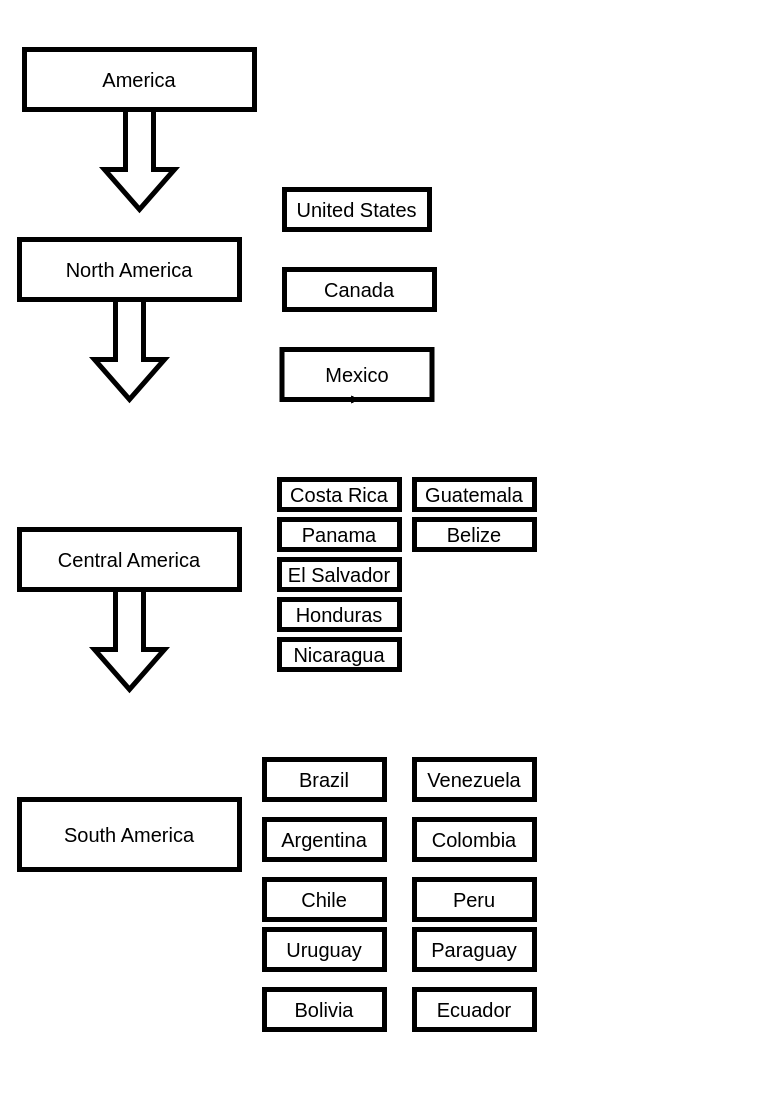
Above: page "Page-2" (2 of 3) of Museums.drawio in kc389/Ao7 (draw.io), before the change. Source tidied: cells renumbered, new cells numbered last; positions are measured from the earlier drawing's top-left corner, leaving out a move shared by most shapes. Both pictures are drawn from the tidied source at 100%, with x=0, y=0 at pixel (19, 49).
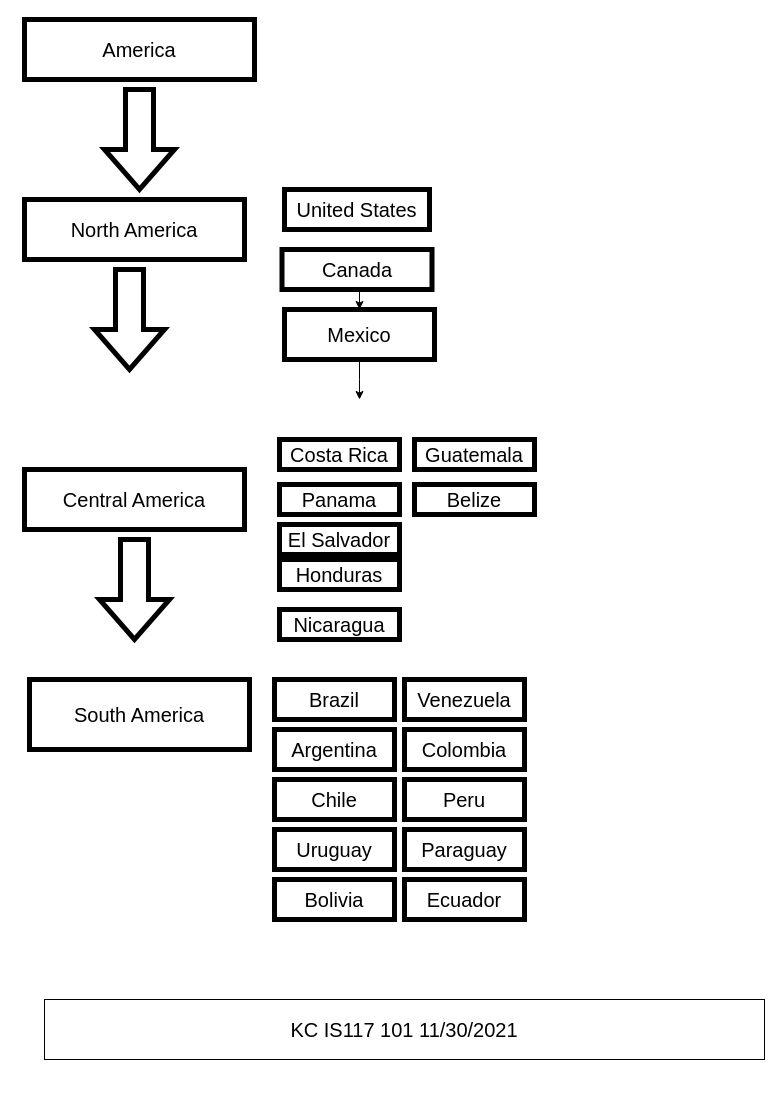
Above is the later version.

The edit, as a diff of the source:
```diff
@@
     <mxCell id="2" value="America" style="rounded=0;whiteSpace=wrap;html=1;fontSize=20;strokeWidth=5;" parent="1" vertex="1">
-      <mxGeometry x="5" width="230" height="60" as="geometry" />
+      <mxGeometry x="5" y="-30" width="230" height="60" as="geometry" />
     </mxCell>
     <mxCell id="3" style="html=1;shadow=0;dashed=0;align=center;verticalAlign=middle;shape=mxgraph.arrows2.arrow;dy=0.6;dx=40;direction=south;notch=0;fontSize=20;strokeWidth=5;" parent="1" vertex="1">
-      <mxGeometry x="85" y="60" width="70" height="100" as="geometry" />
+      <mxGeometry x="85" y="40" width="70" height="100" as="geometry" />
     </mxCell>
     <mxCell id="4" value="North America" style="rounded=0;whiteSpace=wrap;html=1;fontSize=20;strokeWidth=5;" parent="1" vertex="1">
-      <mxGeometry y="190" width="220" height="60" as="geometry" />
+      <mxGeometry x="5" y="150" width="220" height="60" as="geometry" />
     </mxCell>
     <mxCell id="5" style="html=1;shadow=0;dashed=0;align=center;verticalAlign=middle;shape=mxgraph.arrows2.arrow;dy=0.6;dx=40;direction=south;notch=0;fontSize=20;strokeWidth=5;" parent="1" vertex="1">
-      <mxGeometry x="75" y="250" width="70" height="100" as="geometry" />
+      <mxGeometry x="75" y="220" width="70" height="100" as="geometry" />
     </mxCell>
     <mxCell id="6" value="Central America" style="rounded=0;whiteSpace=wrap;html=1;fontSize=20;strokeWidth=5;" parent="1" vertex="1">
-      <mxGeometry y="480" width="220" height="60" as="geometry" />
+      <mxGeometry x="5" y="420" width="220" height="60" as="geometry" />
     </mxCell>
     <mxCell id="7" style="html=1;shadow=0;dashed=0;align=center;verticalAlign=middle;shape=mxgraph.arrows2.arrow;dy=0.6;dx=40;direction=south;notch=0;fontSize=20;strokeWidth=5;" parent="1" vertex="1">
-      <mxGeometry x="75" y="540" width="70" height="100" as="geometry" />
+      <mxGeometry x="80" y="490" width="70" height="100" as="geometry" />
     </mxCell>
     <mxCell id="8" value="South America" style="rounded=0;whiteSpace=wrap;html=1;fontSize=20;strokeWidth=5;" parent="1" vertex="1">
-      <mxGeometry y="750" width="220" height="70" as="geometry" />
+      <mxGeometry x="10" y="630" width="220" height="70" as="geometry" />
     </mxCell>
@@
     <mxCell id="10" value="Canada" style="rounded=0;whiteSpace=wrap;html=1;fontSize=20;strokeWidth=5;" parent="1" vertex="1">
-      <mxGeometry x="265" y="220" width="150" height="40" as="geometry" />
+      <mxGeometry x="262.5" y="200" width="150" height="40" as="geometry" />
     </mxCell>
     <mxCell id="11" value="Mexico" style="rounded=0;whiteSpace=wrap;html=1;fontSize=20;strokeWidth=5;" parent="1" vertex="1">
-      <mxGeometry x="262.5" y="300" width="150" height="50" as="geometry" />
+      <mxGeometry x="265" y="260" width="150" height="50" as="geometry" />
     </mxCell>
@@
     <mxCell id="14" value="Costa Rica" style="rounded=0;whiteSpace=wrap;html=1;fontSize=20;strokeWidth=5;" parent="1" vertex="1">
-      <mxGeometry x="260" y="430" width="120" height="30" as="geometry" />
+      <mxGeometry x="260" y="390" width="120" height="30" as="geometry" />
     </mxCell>
     <mxCell id="15" value="Panama" style="rounded=0;whiteSpace=wrap;html=1;fontSize=20;strokeWidth=5;" parent="1" vertex="1">
-      <mxGeometry x="260" y="470" width="120" height="30" as="geometry" />
+      <mxGeometry x="260" y="435" width="120" height="30" as="geometry" />
     </mxCell>
     <mxCell id="16" value="El Salvador" style="rounded=0;whiteSpace=wrap;html=1;fontSize=20;strokeWidth=5;" parent="1" vertex="1">
-      <mxGeometry x="260" y="510" width="120" height="30" as="geometry" />
+      <mxGeometry x="260" y="475" width="120" height="30" as="geometry" />
     </mxCell>
     <mxCell id="17" value="Honduras" style="rounded=0;whiteSpace=wrap;html=1;fontSize=20;strokeWidth=5;" parent="1" vertex="1">
-      <mxGeometry x="260" y="550" width="120" height="30" as="geometry" />
+      <mxGeometry x="260" y="510" width="120" height="30" as="geometry" />
     </mxCell>
     <mxCell id="18" value="Nicaragua" style="rounded=0;whiteSpace=wrap;html=1;fontSize=20;strokeWidth=5;" parent="1" vertex="1">
-      <mxGeometry x="260" y="590" width="120" height="30" as="geometry" />
+      <mxGeometry x="260" y="560" width="120" height="30" as="geometry" />
     </mxCell>
     <mxCell id="19" value="Guatemala" style="rounded=0;whiteSpace=wrap;html=1;fontSize=20;strokeWidth=5;" parent="1" vertex="1">
-      <mxGeometry x="395" y="430" width="120" height="30" as="geometry" />
+      <mxGeometry x="395" y="390" width="120" height="30" as="geometry" />
     </mxCell>
     <mxCell id="20" value="Belize" style="rounded=0;whiteSpace=wrap;html=1;fontSize=20;strokeWidth=5;" parent="1" vertex="1">
-      <mxGeometry x="395" y="470" width="120" height="30" as="geometry" />
+      <mxGeometry x="395" y="435" width="120" height="30" as="geometry" />
     </mxCell>
     <mxCell id="21" value="Argentina" style="rounded=0;whiteSpace=wrap;html=1;fontSize=20;strokeWidth=5;" parent="1" vertex="1">
-      <mxGeometry x="245" y="770" width="120" height="40" as="geometry" />
+      <mxGeometry x="255" y="680" width="120" height="40" as="geometry" />
     </mxCell>
     <mxCell id="22" value="Brazil" style="rounded=0;whiteSpace=wrap;html=1;fontSize=20;strokeWidth=5;" parent="1" vertex="1">
-      <mxGeometry x="245" y="710" width="120" height="40" as="geometry" />
+      <mxGeometry x="255" y="630" width="120" height="40" as="geometry" />
     </mxCell>
     <mxCell id="23" value="Chile" style="rounded=0;whiteSpace=wrap;html=1;fontSize=20;strokeWidth=5;" parent="1" vertex="1">
-      <mxGeometry x="245" y="830" width="120" height="40" as="geometry" />
+      <mxGeometry x="255" y="730" width="120" height="40" as="geometry" />
     </mxCell>
     <mxCell id="24" value="Uruguay" style="rounded=0;whiteSpace=wrap;html=1;fontSize=20;strokeWidth=5;" parent="1" vertex="1">
-      <mxGeometry x="245" y="880" width="120" height="40" as="geometry" />
+      <mxGeometry x="255" y="780" width="120" height="40" as="geometry" />
     </mxCell>
     <mxCell id="25" value="Bolivia" style="rounded=0;whiteSpace=wrap;html=1;fontSize=20;strokeWidth=5;" parent="1" vertex="1">
-      <mxGeometry x="245" y="940" width="120" height="40" as="geometry" />
+      <mxGeometry x="255" y="830" width="120" height="40" as="geometry" />
     </mxCell>
     <mxCell id="26" value="Venezuela" style="rounded=0;whiteSpace=wrap;html=1;fontSize=20;strokeWidth=5;" parent="1" vertex="1">
-      <mxGeometry x="395" y="710" width="120" height="40" as="geometry" />
+      <mxGeometry x="385" y="630" width="120" height="40" as="geometry" />
     </mxCell>
     <mxCell id="27" value="Colombia" style="rounded=0;whiteSpace=wrap;html=1;fontSize=20;strokeWidth=5;" parent="1" vertex="1">
-      <mxGeometry x="395" y="770" width="120" height="40" as="geometry" />
+      <mxGeometry x="385" y="680" width="120" height="40" as="geometry" />
     </mxCell>
     <mxCell id="28" value="Peru" style="rounded=0;whiteSpace=wrap;html=1;fontSize=20;strokeWidth=5;" parent="1" vertex="1">
-      <mxGeometry x="395" y="830" width="120" height="40" as="geometry" />
+      <mxGeometry x="385" y="730" width="120" height="40" as="geometry" />
     </mxCell>
     <mxCell id="29" value="Paraguay" style="rounded=0;whiteSpace=wrap;html=1;fontSize=20;strokeWidth=5;" parent="1" vertex="1">
-      <mxGeometry x="395" y="880" width="120" height="40" as="geometry" />
+      <mxGeometry x="385" y="780" width="120" height="40" as="geometry" />
     </mxCell>
     <mxCell id="30" value="Ecuador" style="rounded=0;whiteSpace=wrap;html=1;fontSize=20;strokeWidth=5;" parent="1" vertex="1">
-      <mxGeometry x="395" y="940" width="120" height="40" as="geometry" />
+      <mxGeometry x="385" y="830" width="120" height="40" as="geometry" />
     </mxCell>
+    <mxCell id="31" style="text;html=1;align=center;verticalAlign=middle;strokeColor=none;fillColor=none;fontSize=20;" parent="1" vertex="1">
+      <mxGeometry x="265" y="990" width="20" height="40" as="geometry" />
+    </mxCell>
+    <mxCell id="32" value="KC IS117 101 11/30/2021" style="rounded=0;whiteSpace=wrap;html=1;fontSize=20;strokeWidth=1;" parent="1" vertex="1">
+      <mxGeometry x="25" y="950" width="720" height="60" as="geometry" />
+    </mxCell>
```
